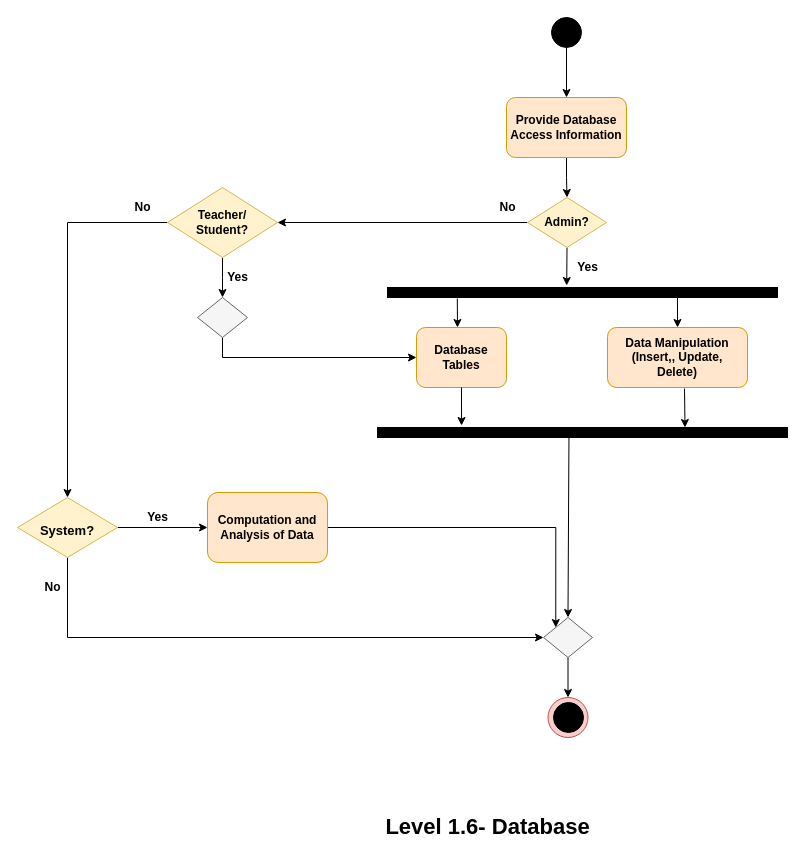
Above: page "Activity 1..6" (22 of 40) of Diagrams.drawio in shirrsho/E-shcool (draw.io), before the change. Source tidied: cells renumbered, new cells numbered last; positions are measured from the earlier drawing's top-left corner, leaving out a move shared by most shapes. Both pictures are drawn from the tidied source at 100%, with x=0, y=0 at pixel (17, 17).
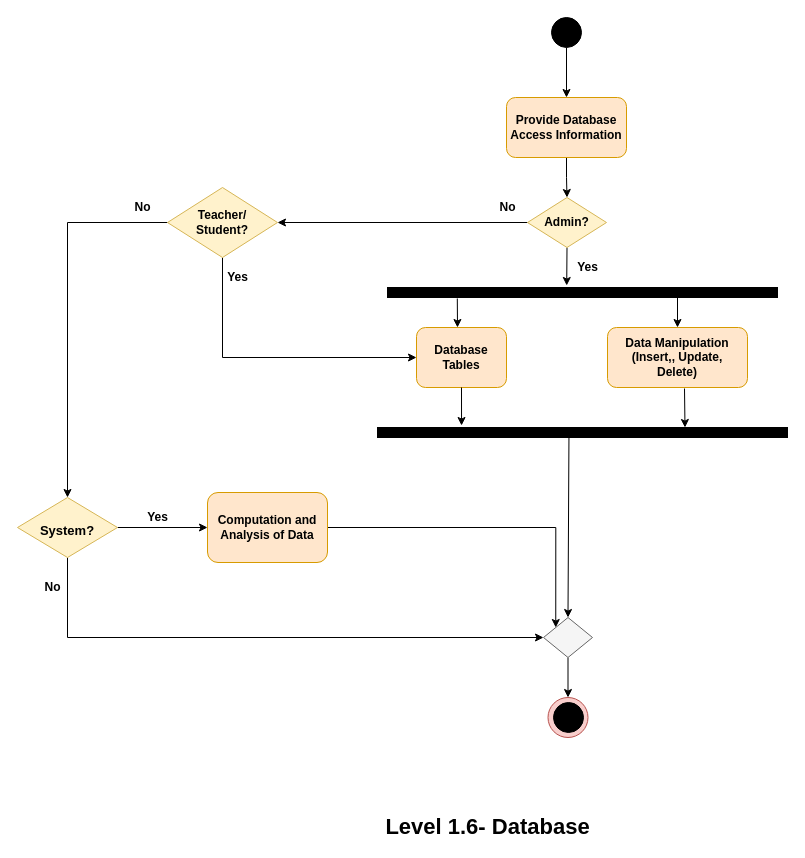
Above is the later version.

The change refers to these unchanged cells:
```xml
<mxCell id="9" value="&lt;b&gt;Database Tables&lt;/b&gt;" style="rounded=1;whiteSpace=wrap;html=1;fillColor=#ffe6cc;strokeColor=#d79b00;" parent="1" vertex="1">
  <mxGeometry x="399" y="310" width="90" height="60" as="geometry" />
</mxCell>
<mxCell id="19" value="&lt;b&gt;Teacher/&lt;br&gt;Student?&lt;/b&gt;" style="rhombus;whiteSpace=wrap;html=1;fillColor=#fff2cc;strokeColor=#d6b656;" parent="1" vertex="1">
  <mxGeometry x="150" y="170" width="110" height="70" as="geometry" />
</mxCell>
```

The edit, as a diff of the source:
```diff
@@
-    <mxCell id="17" style="edgeStyle=orthogonalEdgeStyle;rounded=0;jettySize=auto;html=1;exitX=0.5;exitY=1;exitDx=0;exitDy=0;entryX=0.5;entryY=0;entryDx=0;entryDy=0;" parent="1" edge="1" source="19">
-      <mxGeometry relative="1" as="geometry">
-        <mxPoint x="205" y="280" as="targetPoint" />
-      </mxGeometry>
-    </mxCell>
@@
+    <mxCell id="41" style="edgeStyle=orthogonalEdgeStyle;rounded=0;jettySize=auto;html=1;exitX=0.5;exitY=1;exitDx=0;exitDy=0;entryX=0;entryY=0.5;entryDx=0;entryDy=0;" parent="1" edge="1" source="19" target="9">
+      <mxGeometry relative="1" as="geometry" />
+    </mxCell>
@@
-    <mxCell id="30" style="edgeStyle=orthogonalEdgeStyle;rounded=0;jettySize=auto;html=1;exitX=0.5;exitY=1;exitDx=0;exitDy=0;entryX=0;entryY=0.5;entryDx=0;entryDy=0;fontSize=20;" parent="1" edge="1" source="31" target="9">
-      <mxGeometry relative="1" as="geometry" />
-    </mxCell>
-    <mxCell id="31" style="rhombus;whiteSpace=wrap;html=1;fillColor=#f5f5f5;fontColor=#333333;strokeColor=#666666;" parent="1" vertex="1">
-      <mxGeometry x="180" y="280" width="50" height="40" as="geometry" />
-    </mxCell>
```
